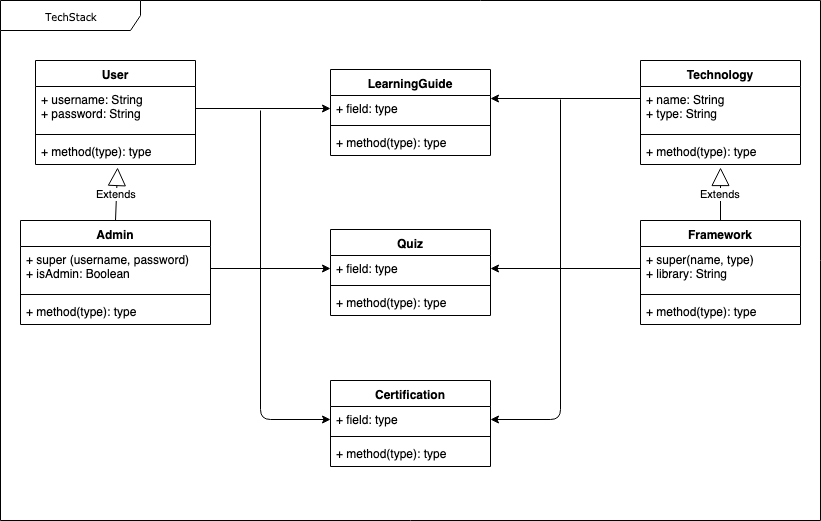
Earlier version of the draw.io export assets/techstack_uml.png (mwndigi/techstack). Source tidied: cells renumbered, new cells last; positions are measured from the earlier drawing's top-left corner, leaving out a move shared by most shapes.
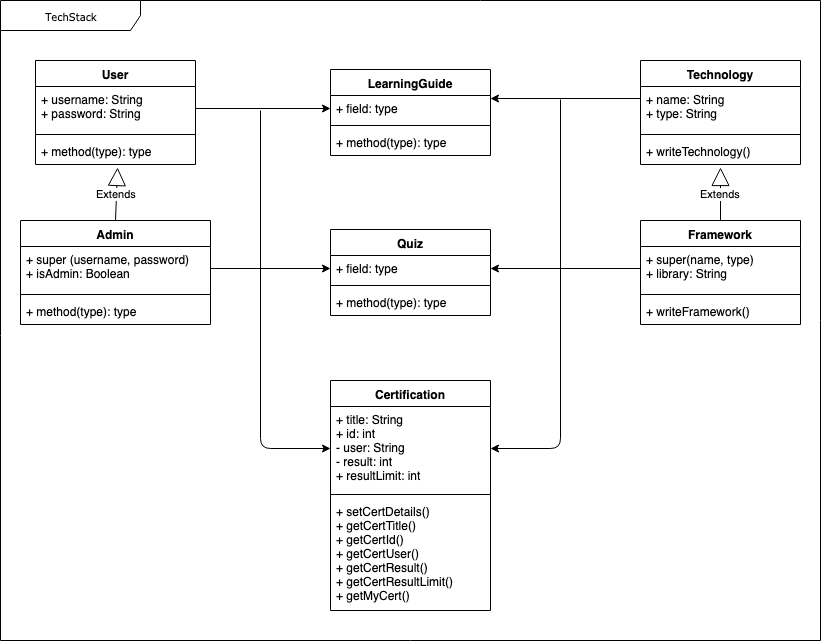
The same file after the commit.

The edit, as a diff of the source:
```diff
@@ -3,7 +3,7 @@
     <mxCell id="0" />
     <mxCell id="1" parent="0" />
     <mxCell id="2" value="TechStack" style="shape=umlFrame;whiteSpace=wrap;html=1;rounded=0;shadow=0;comic=0;labelBackgroundColor=none;strokeColor=#000000;strokeWidth=1;fillColor=#ffffff;fontFamily=Verdana;fontSize=10;fontColor=#000000;align=center;width=140;height=30;" parent="1" vertex="1">
-      <mxGeometry width="820" height="520" as="geometry" />
+      <mxGeometry width="820" height="640" as="geometry" />
     </mxCell>
     <mxCell id="3" value="User" style="swimlane;fontStyle=1;align=center;verticalAlign=top;horizontal=1;startSize=26;" parent="1" vertex="1">
       <mxGeometry x="35" y="60" width="160" height="104" as="geometry" />
@@ -38,7 +38,7 @@
     <mxCell id="13" style="line;strokeWidth=1;fillColor=none;align=left;verticalAlign=middle;spacingTop=-1;spacingLeft=3;spacingRight=3;labelPosition=right;" parent="11" vertex="1">
       <mxGeometry y="70" width="160" height="8" as="geometry" />
     </mxCell>
-    <mxCell id="14" value="+ method(type): type" style="text;strokeColor=none;fillColor=none;align=left;verticalAlign=top;spacingLeft=4;spacingRight=4;overflow=hidden;points=[[0,0.5],[1,0.5]];portConstraint=eastwest;" parent="11" vertex="1">
+    <mxCell id="14" value="+ writeTechnology()" style="text;strokeColor=none;fillColor=none;align=left;verticalAlign=top;spacingLeft=4;spacingRight=4;overflow=hidden;points=[[0,0.5],[1,0.5]];portConstraint=eastwest;" parent="11" vertex="1">
       <mxGeometry y="78" width="160" height="26" as="geometry" />
     </mxCell>
     <mxCell id="15" value="LearningGuide" style="swimlane;fontStyle=1;align=center;verticalAlign=top;horizontal=1;startSize=26;" parent="1" vertex="1">
@@ -74,20 +74,20 @@
     <mxCell id="25" style="line;strokeWidth=1;fillColor=none;align=left;verticalAlign=middle;spacingTop=-1;spacingLeft=3;spacingRight=3;labelPosition=right;" parent="23" vertex="1">
       <mxGeometry y="70" width="160" height="8" as="geometry" />
     </mxCell>
-    <mxCell id="26" value="+ method(type): type" style="text;strokeColor=none;fillColor=none;align=left;verticalAlign=top;spacingLeft=4;spacingRight=4;overflow=hidden;" parent="23" vertex="1">
+    <mxCell id="26" value="+ writeFramework()" style="text;strokeColor=none;fillColor=none;align=left;verticalAlign=top;spacingLeft=4;spacingRight=4;overflow=hidden;" parent="23" vertex="1">
       <mxGeometry y="78" width="160" height="26" as="geometry" />
     </mxCell>
     <mxCell id="27" value="Certification" style="swimlane;fontStyle=1;align=center;verticalAlign=top;horizontal=1;startSize=26;" parent="1" vertex="1">
-      <mxGeometry x="330" y="380" width="160" height="86" as="geometry" />
+      <mxGeometry x="330" y="380" width="160" height="230" as="geometry" />
     </mxCell>
-    <mxCell id="28" value="+ field: type" style="text;strokeColor=none;fillColor=none;align=left;verticalAlign=top;spacingLeft=4;spacingRight=4;overflow=hidden;points=[[0,0.5],[1,0.5]];portConstraint=eastwest;" parent="27" vertex="1">
-      <mxGeometry y="26" width="160" height="26" as="geometry" />
+    <mxCell id="28" value="+ title: String&#10;+ id: int&#10;- user: String&#10;- result: int&#10;+ resultLimit: int" style="text;strokeColor=none;fillColor=none;align=left;verticalAlign=top;spacingLeft=4;spacingRight=4;overflow=hidden;points=[[0,0.5],[1,0.5]];portConstraint=eastwest;" parent="27" vertex="1">
+      <mxGeometry y="26" width="160" height="84" as="geometry" />
     </mxCell>
     <mxCell id="29" style="line;strokeWidth=1;fillColor=none;align=left;verticalAlign=middle;spacingTop=-1;spacingLeft=3;spacingRight=3;labelPosition=right;" parent="27" vertex="1">
-      <mxGeometry y="52" width="160" height="8" as="geometry" />
+      <mxGeometry y="110" width="160" height="8" as="geometry" />
     </mxCell>
-    <mxCell id="30" value="+ method(type): type" style="text;strokeColor=none;fillColor=none;align=left;verticalAlign=top;spacingLeft=4;spacingRight=4;overflow=hidden;" parent="27" vertex="1">
-      <mxGeometry y="60" width="160" height="26" as="geometry" />
+    <mxCell id="30" value="+ setCertDetails()&#10;+ getCertTitle()&#10;+ getCertId()&#10;+ getCertUser()&#10;+ getCertResult()&#10;+ getCertResultLimit()&#10;+ getMyCert()" style="text;strokeColor=none;fillColor=none;align=left;verticalAlign=top;spacingLeft=4;spacingRight=4;overflow=hidden;" parent="27" vertex="1">
+      <mxGeometry y="118" width="160" height="112" as="geometry" />
     </mxCell>
     <mxCell id="31" value="Extends" style="endArrow=block;endSize=16;endFill=0;html=1;entryX=0.5;entryY=1.115;entryDx=0;entryDy=0;entryPerimeter=0;exitX=0.5;exitY=0;exitDx=0;exitDy=0;" parent="1" edge="1" source="23" target="14">
       <mxGeometry relative="1" as="geometry" />
@@ -96,7 +96,7 @@
       <mxGeometry relative="1" as="geometry">
         <mxPoint x="260" y="110" as="sourcePoint" />
         <Array as="points">
-          <mxPoint x="260" y="419" />
+          <mxPoint x="260" y="448" />
         </Array>
       </mxGeometry>
     </mxCell>
@@ -107,7 +107,7 @@
       <mxGeometry relative="1" as="geometry">
         <mxPoint x="560" y="99" as="sourcePoint" />
         <Array as="points">
-          <mxPoint x="560" y="419" />
+          <mxPoint x="560" y="448" />
         </Array>
       </mxGeometry>
     </mxCell>
```
